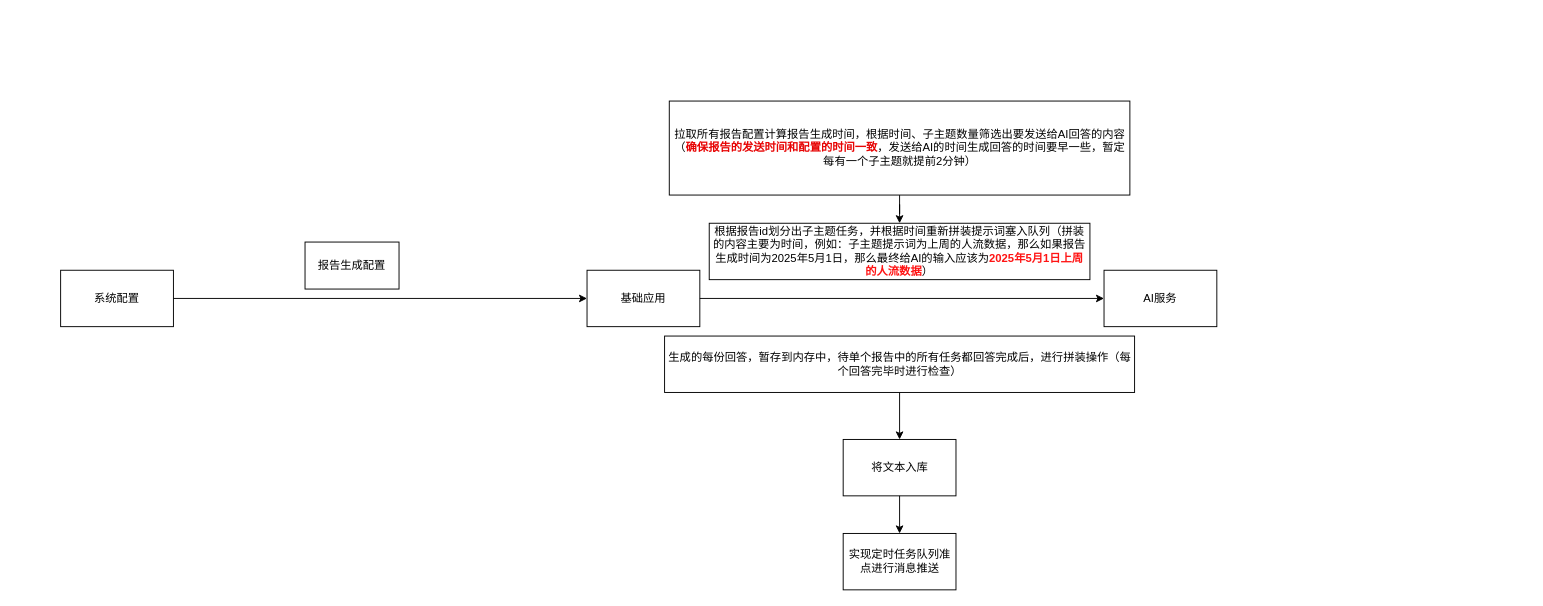
This is AI配置（生成报告）.drawio from 876192453/draw, a draw.io file, before an edit. Source tidied: cells renumbered, new cells numbered last; positions are measured from the earlier drawing's top-left corner, leaving out a move shared by most shapes. Both pictures are drawn from the tidied source at 94%, with x=0, y=0 at pixel (60, 101).
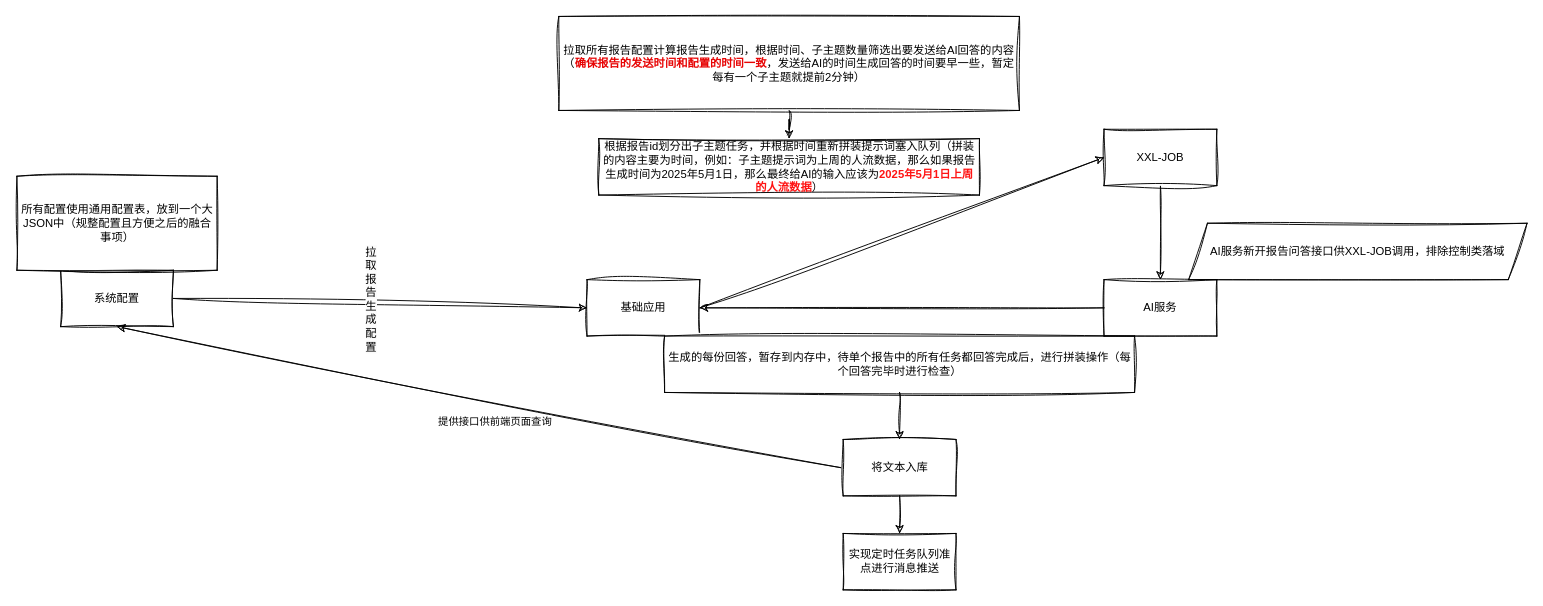
The same page after the edit.

Commit message (it also covers changes not shown here):
更新AI配置（生成报告）.drawio

The edit, as a diff of the source:
```diff
@@
-    <mxCell id="2" value="基础应用" style="rounded=0;whiteSpace=wrap;html=1;" parent="1" vertex="1">
-      <mxGeometry x="560" y="180" width="120" height="60" as="geometry" />
+    <mxCell id="2" value="基础应用" style="rounded=0;whiteSpace=wrap;html=1;sketch=1;curveFitting=1;jiggle=2;" parent="1" vertex="1">
+      <mxGeometry x="560" y="190" width="120" height="60" as="geometry" />
     </mxCell>
-    <mxCell id="3" value="系统配置" style="rounded=0;whiteSpace=wrap;html=1;" parent="1" vertex="1">
+    <mxCell id="3" value="系统配置" style="rounded=0;whiteSpace=wrap;html=1;sketch=1;curveFitting=1;jiggle=2;" parent="1" vertex="1">
       <mxGeometry y="180" width="120" height="60" as="geometry" />
     </mxCell>
-    <mxCell id="4" value="AI服务" style="rounded=0;whiteSpace=wrap;html=1;" parent="1" vertex="1">
-      <mxGeometry x="1110" y="180" width="120" height="60" as="geometry" />
+    <mxCell id="4" value="AI服务" style="rounded=0;whiteSpace=wrap;html=1;sketch=1;curveFitting=1;jiggle=2;" parent="1" vertex="1">
+      <mxGeometry x="1110" y="190" width="120" height="60" as="geometry" />
     </mxCell>
-    <mxCell id="5" value="报告生成配置" style="rounded=0;whiteSpace=wrap;html=1;" parent="1" vertex="1">
-      <mxGeometry x="260" y="150" width="100" height="50" as="geometry" />
-    </mxCell>
-    <mxCell id="6" style="endArrow=classic;html=1;rounded=0;entryX=0;entryY=0.5;entryDx=0;entryDy=0;exitX=1;exitY=0.5;exitDx=0;exitDy=0;" parent="1" edge="1" source="2">
-      <mxGeometry relative="1" as="geometry">
-        <mxPoint x="1110" y="210" as="targetPoint" />
-      </mxGeometry>
+    <mxCell id="6" style="endArrow=classic;html=1;rounded=0;exitX=1;exitY=0.5;exitDx=0;exitDy=0;entryX=0;entryY=0.5;entryDx=0;entryDy=0;sketch=1;curveFitting=1;jiggle=2;" parent="1" edge="1" source="2" target="22">
+      <mxGeometry relative="1" as="geometry" />
     </mxCell>
-    <mxCell id="7" value="将文本入库" style="rounded=0;whiteSpace=wrap;html=1;" parent="1" vertex="1">
+    <mxCell id="7" value="将文本入库" style="rounded=0;whiteSpace=wrap;html=1;sketch=1;curveFitting=1;jiggle=2;" parent="1" vertex="1">
       <mxGeometry x="832.5" y="360" width="120" height="60" as="geometry" />
     </mxCell>
-    <mxCell id="8" value="实现定时任务队列准点进行消息推送" style="rounded=0;whiteSpace=wrap;html=1;" parent="1" vertex="1">
+    <mxCell id="8" value="实现定时任务队列准点进行消息推送" style="rounded=0;whiteSpace=wrap;html=1;sketch=1;curveFitting=1;jiggle=2;" parent="1" vertex="1">
       <mxGeometry x="832.5" y="460" width="120" height="60" as="geometry" />
     </mxCell>
-    <mxCell id="9" value="生成的每份回答，暂存到内存中，待单个报告中的所有任务都回答完成后，进行拼装操作（每个回答完毕时进行检查）" style="rounded=0;whiteSpace=wrap;html=1;" parent="1" vertex="1">
+    <mxCell id="9" value="生成的每份回答，暂存到内存中，待单个报告中的所有任务都回答完成后，进行拼装操作（每个回答完毕时进行检查）" style="rounded=0;whiteSpace=wrap;html=1;sketch=1;curveFitting=1;jiggle=2;" parent="1" vertex="1">
       <mxGeometry x="642.5" y="250" width="500" height="60" as="geometry" />
     </mxCell>
-    <mxCell id="10" style="edgeStyle=orthogonalEdgeStyle;rounded=0;jettySize=auto;html=1;" parent="1" edge="1" source="11" target="12">
+    <mxCell id="10" style="edgeStyle=orthogonalEdgeStyle;rounded=0;jettySize=auto;html=1;sketch=1;curveFitting=1;jiggle=2;" parent="1" edge="1" source="11" target="12">
       <mxGeometry relative="1" as="geometry" />
     </mxCell>
-    <mxCell id="11" value="拉取所有报告配置计算报告生成时间，根据时间、子主题数量筛选出要发送给AI回答的内容（&lt;b&gt;&lt;font style=&quot;color: light-dark(rgb(231, 4, 4), rgb(237, 237, 237));&quot;&gt;确保报告的发送时间和配置的时间一致&lt;/font&gt;&lt;/b&gt;，发送给AI的时间生成回答的时间要早一些，暂定每有一个子主题就提前2分钟）" style="rounded=0;whiteSpace=wrap;html=1;" parent="1" vertex="1">
-      <mxGeometry x="647.5" width="490" height="100" as="geometry" />
+    <mxCell id="11" value="拉取所有报告配置计算报告生成时间，根据时间、子主题数量筛选出要发送给AI回答的内容（&lt;b&gt;&lt;font style=&quot;color: light-dark(rgb(231, 4, 4), rgb(237, 237, 237));&quot;&gt;确保报告的发送时间和配置的时间一致&lt;/font&gt;&lt;/b&gt;，发送给AI的时间生成回答的时间要早一些，暂定每有一个子主题就提前2分钟）" style="rounded=0;whiteSpace=wrap;html=1;sketch=1;curveFitting=1;jiggle=2;" parent="1" vertex="1">
+      <mxGeometry x="530" y="-90" width="490" height="100" as="geometry" />
     </mxCell>
-    <mxCell id="12" value="根据报告id划分出子主题任务，并根据时间重新拼装提示词塞入队列（拼装的内容主要为时间，例如：子主题提示词为上周的人流数据，那么如果报告生成时间为2025年5月1日，那么最终给AI的输入应该为&lt;b&gt;&lt;font style=&quot;color: rgb(255, 20, 20);&quot;&gt;2025年5月1日上周的人流数据&lt;/font&gt;&lt;/b&gt;）" style="rounded=0;whiteSpace=wrap;html=1;" parent="1" vertex="1">
-      <mxGeometry x="690" y="130" width="405" height="60" as="geometry" />
+    <mxCell id="12" value="根据报告id划分出子主题任务，并根据时间重新拼装提示词塞入队列（拼装的内容主要为时间，例如：子主题提示词为上周的人流数据，那么如果报告生成时间为2025年5月1日，那么最终给AI的输入应该为&lt;b&gt;&lt;font style=&quot;color: rgb(255, 20, 20);&quot;&gt;2025年5月1日上周的人流数据&lt;/font&gt;&lt;/b&gt;）" style="rounded=0;whiteSpace=wrap;html=1;sketch=1;curveFitting=1;jiggle=2;" parent="1" vertex="1">
+      <mxGeometry x="572.5" y="40" width="405" height="60" as="geometry" />
     </mxCell>
-    <mxCell id="13" style="endArrow=classic;html=1;rounded=0;entryX=0.5;entryY=0;entryDx=0;entryDy=0;exitX=0.5;exitY=1;exitDx=0;exitDy=0;" parent="1" edge="1" source="9" target="7">
+    <mxCell id="13" style="endArrow=classic;html=1;rounded=0;entryX=0.5;entryY=0;entryDx=0;entryDy=0;exitX=0.5;exitY=1;exitDx=0;exitDy=0;sketch=1;curveFitting=1;jiggle=2;" parent="1" edge="1" source="9" target="7">
       <mxGeometry relative="1" as="geometry" />
     </mxCell>
-    <mxCell id="14" style="endArrow=classic;html=1;rounded=0;entryX=0.5;entryY=0;entryDx=0;entryDy=0;exitX=0.5;exitY=1;exitDx=0;exitDy=0;" parent="1" edge="1" source="7" target="8">
+    <mxCell id="14" style="endArrow=classic;html=1;rounded=0;entryX=0.5;entryY=0;entryDx=0;entryDy=0;exitX=0.5;exitY=1;exitDx=0;exitDy=0;sketch=1;curveFitting=1;jiggle=2;" parent="1" edge="1" source="7" target="8">
       <mxGeometry relative="1" as="geometry" />
     </mxCell>
-    <mxCell id="15" style="endArrow=classic;html=1;rounded=0;entryX=0;entryY=0.5;entryDx=0;entryDy=0;exitX=1;exitY=0.5;exitDx=0;exitDy=0;" parent="1" edge="1" source="3" target="2">
+    <mxCell id="15" style="endArrow=classic;html=1;rounded=0;entryX=0;entryY=0.5;entryDx=0;entryDy=0;exitX=1;exitY=0.5;exitDx=0;exitDy=0;sketch=1;curveFitting=1;jiggle=2;" parent="1" edge="1" source="3" target="2">
       <mxGeometry relative="1" as="geometry" />
     </mxCell>
+    <mxCell id="16" value="&lt;span style=&quot;font-size: 12px; text-wrap-mode: wrap; background-color: rgb(251, 251, 251);&quot;&gt;拉取报告生成配置&lt;/span&gt;" style="edgeLabel;html=1;align=center;verticalAlign=middle;sketch=1;curveFitting=1;jiggle=2;" parent="15" vertex="1">
+      <mxGeometry x="-0.11" relative="1" as="geometry">
+        <mxPoint x="14" y="-4" as="offset" />
+      </mxGeometry>
+    </mxCell>
+    <mxCell id="17" value="AI服务新开报告问答接口供XXL-JOB调用，排除控制类落域" style="shape=parallelogram;perimeter=parallelogramPerimeter;whiteSpace=wrap;html=1;fixedSize=1;sketch=1;curveFitting=1;jiggle=2;" parent="1" vertex="1">
+      <mxGeometry x="1200" y="130" width="360" height="60" as="geometry" />
+    </mxCell>
+    <mxCell id="18" style="endArrow=classic;html=1;rounded=0;entryX=0.5;entryY=1;entryDx=0;entryDy=0;sketch=1;curveFitting=1;jiggle=2;" parent="1" edge="1" target="3">
+      <mxGeometry relative="1" as="geometry">
+        <mxPoint x="830" y="390" as="sourcePoint" />
+      </mxGeometry>
+    </mxCell>
+    <mxCell id="19" value="提供接口供前端页面查询" style="edgeLabel;html=1;align=center;verticalAlign=middle;sketch=1;curveFitting=1;jiggle=2;" parent="18" vertex="1">
+      <mxGeometry x="-0.09" relative="1" as="geometry">
+        <mxPoint x="-18" y="19" as="offset" />
+      </mxGeometry>
+    </mxCell>
+    <mxCell id="20" value="所有配置使用通用配置表，放到一个大JSON中（规整配置且方便之后的融合事项）" style="rounded=0;whiteSpace=wrap;html=1;sketch=1;curveFitting=1;jiggle=2;" parent="1" vertex="1">
+      <mxGeometry x="-46.5" y="80" width="213" height="100" as="geometry" />
+    </mxCell>
+    <mxCell id="21" style="edgeStyle=orthogonalEdgeStyle;rounded=0;jettySize=auto;html=1;entryX=0.5;entryY=0;entryDx=0;entryDy=0;sketch=1;curveFitting=1;jiggle=2;" parent="1" edge="1" source="22" target="4">
+      <mxGeometry relative="1" as="geometry" />
+    </mxCell>
+    <mxCell id="22" value="XXL-JOB" style="rounded=0;whiteSpace=wrap;html=1;sketch=1;curveFitting=1;jiggle=2;" parent="1" vertex="1">
+      <mxGeometry x="1110" y="30" width="120" height="60" as="geometry" />
+    </mxCell>
+    <mxCell id="23" style="endArrow=classic;html=1;rounded=0;entryX=1;entryY=0.5;entryDx=0;entryDy=0;sketch=1;curveFitting=1;jiggle=2;" parent="1" edge="1" target="2">
+      <mxGeometry relative="1" as="geometry">
+        <mxPoint x="1110" y="220" as="sourcePoint" />
+      </mxGeometry>
+    </mxCell>
```
